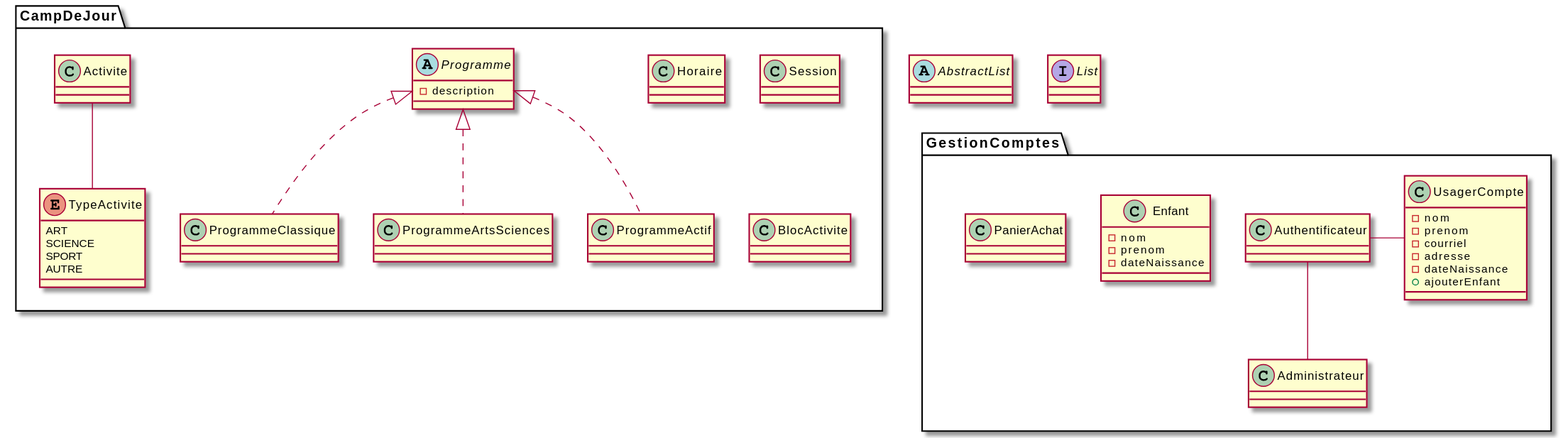
This is project/test.svg from ClickheadZ/INF5153-Battleship, a PlantUML export, as it was before one commit.
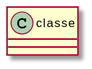
After the change.

The edit, as a diff of the source:
```diff
@@ -1,72 +1,5 @@
 @startuml
 
-abstract class AbstractList
-interface List
-
-package CampDeJour {
-    abstract class Programme {
-        - description
-    }
-
-    class ProgrammeClassique {
-    }
-    class ProgrammeArtsSciences {
-    }
-    class ProgrammeActif {
-    }
-
-    class Horaire {
-    }
-
-    class Session {
-    }
-
-    enum TypeActivite {
-        ART
-        SCIENCE
-        SPORT
-        AUTRE
-    }
-
-    class Activite {
-    }
-
-    class BlocActivite {
-    }
+class classe {
 }
-
-package GestionComptes {
-    class UsagerCompte {
-        -nom
-        -prenom
-        -courriel
-        -adresse
-        -dateNaissance
-        +ajouterEnfant
-    }
-
-    class Enfant {
-        -nom
-        -prenom
-        -dateNaissance
-    }
-
-    class Administrateur {
-    }
-
-    class Authentificateur {
-    }
-    class PanierAchat {
-    }
-}
-Programme <|.. ProgrammeClassique
-Programme <|.. ProgrammeArtsSciences
-Programme <|.. ProgrammeActif
-
-Activite -- TypeActivite
-
-Authentificateur - UsagerCompte
-Authentificateur -- Administrateur
-
-CampDeJour -[hidden]- GestionComptes
 @enduml
```
